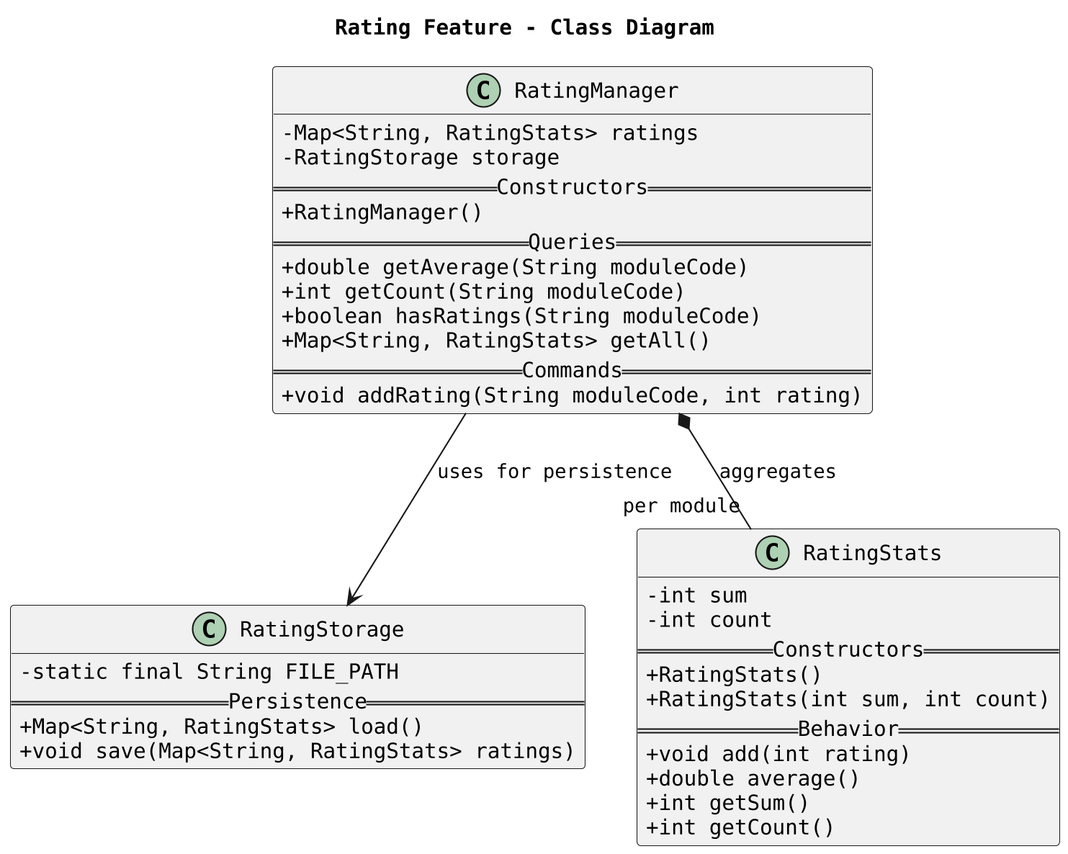
Before: docs/diagrams/RatingManagement.png, a diagram exported from PlantUML (AY2526S1-CS2113-T10-3/tp).
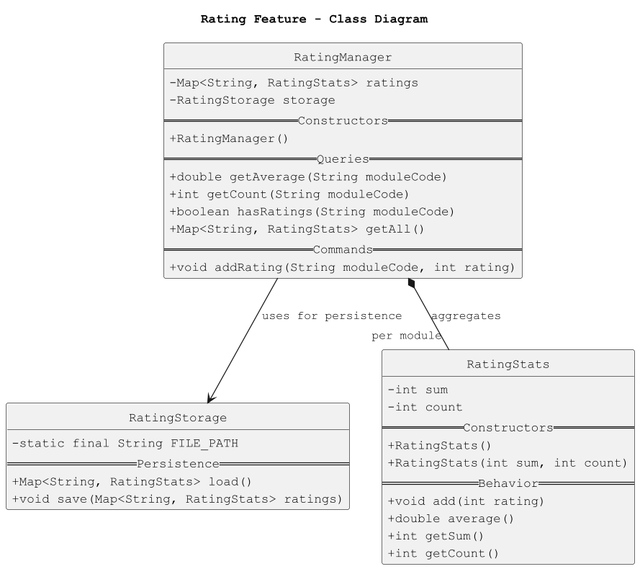
After the change.

What changed in the source:
```diff
@@ -1,9 +1,10 @@
-@startuml
+@startuml Rating_Class_Diagram
 skinparam dpi 200
 skinparam classAttributeIconSize 0
 skinparam shadowing false
 skinparam packageStyle rectangle
 skinparam defaultFontName Monospaced
+hide circle
 
 title Rating Feature - Class Diagram
 
@@ -43,4 +44,5 @@
 
 RatingManager --> RatingStorage : uses for persistence
 RatingManager *-- "per module" RatingStats : aggregates
+
 @enduml
```
